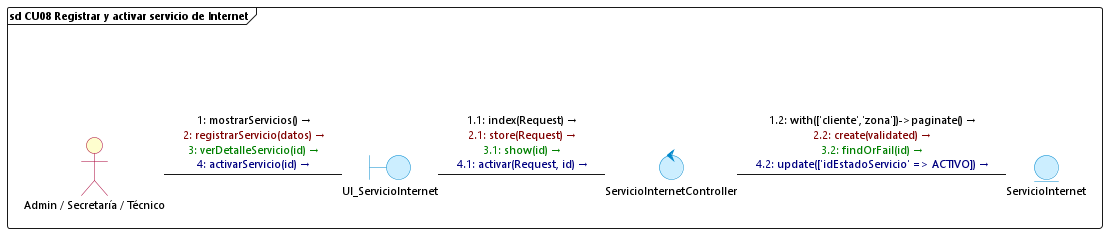
DiogoMars777/TELCOM-2.0 keeps this PlantUML diagram as diagramas/comunicacion/cu08_registrar_activar_servicio.png. Above is the earlier version. Its diagram source:
```plantuml
@startuml cu08_registrar_activar_servicio
skinparam backgroundColor white
skinparam defaultFontName "Segoe UI"
skinparam defaultFontSize 11
skinparam interfaceBackgroundColor transparent
skinparam interfaceBorderColor transparent
skinparam actorBackgroundColor #FEFECE
skinparam actorBorderColor #A80036
skinparam boundaryBackgroundColor #CCEEFF
skinparam boundaryBorderColor #0088CC
skinparam controlBackgroundColor #CCEEFF
skinparam controlBorderColor #0088CC
skinparam entityBackgroundColor #CCEEFF
skinparam entityBorderColor #0088CC

frame "sd CU08 Registrar y activar servicio de Internet" {
    () " " as spacer
    actor "Admin / Secretaría / Técnico" as Admin
    boundary UI_ServicioInternet
    control ServicioInternetController
    entity ServicioInternet

    spacer -[hidden]down- Admin

    Admin -right- UI_ServicioInternet : <font color=#000000>1: mostrarServicios() →</font>\n<font color=#800000>2: registrarServicio(datos) →</font>\n<font color=#008000>3: verDetalleServicio(id) →</font>\n<font color=#000080>4: activarServicio(id) →</font>

    UI_ServicioInternet -right- ServicioInternetController : <font color=#000000>1.1: index(Request) →</font>\n<font color=#800000>2.1: store(Request) →</font>\n<font color=#008000>3.1: show(id) →</font>\n<font color=#000080>4.1: activar(Request, id) →</font>

    ServicioInternetController -right- ServicioInternet : <font color=#000000>1.2: with(['cliente','zona'])->paginate() →</font>\n<font color=#800000>2.2: create(validated) →</font>\n<font color=#008000>3.2: findOrFail(id) →</font>\n<font color=#000080>4.2: update(['idEstadoServicio' => ACTIVO]) →</font>
}
@enduml
```
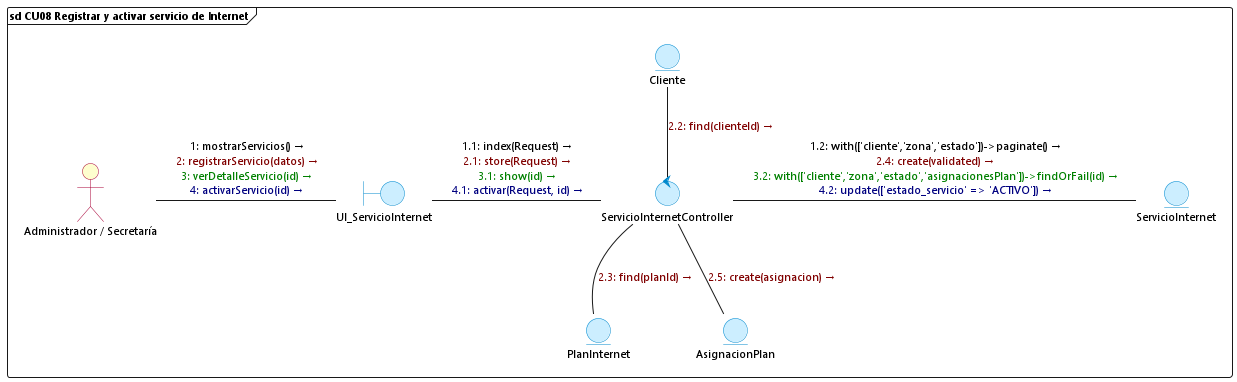
The same diagram one commit later.

Change to the diagram source:
```diff
@@ -15,10 +15,13 @@
 
 frame "sd CU08 Registrar y activar servicio de Internet" {
     () " " as spacer
-    actor "Admin / Secretaría / Técnico" as Admin
+    actor "Administrador / Secretaría" as Admin
     boundary UI_ServicioInternet
     control ServicioInternetController
     entity ServicioInternet
+    entity Cliente
+    entity PlanInternet
+    entity AsignacionPlan
 
     spacer -[hidden]down- Admin
 
@@ -26,6 +29,12 @@
 
     UI_ServicioInternet -right- ServicioInternetController : <font color=#000000>1.1: index(Request) →</font>\n<font color=#800000>2.1: store(Request) →</font>\n<font color=#008000>3.1: show(id) →</font>\n<font color=#000080>4.1: activar(Request, id) →</font>
 
-    ServicioInternetController -right- ServicioInternet : <font color=#000000>1.2: with(['cliente','zona'])->paginate() →</font>\n<font color=#800000>2.2: create(validated) →</font>\n<font color=#008000>3.2: findOrFail(id) →</font>\n<font color=#000080>4.2: update(['idEstadoServicio' => ACTIVO]) →</font>
+    ServicioInternetController -right- ServicioInternet : <font color=#000000>1.2: with(['cliente','zona','estado'])->paginate() →</font>\n<font color=#800000>2.4: create(validated) →</font>\n<font color=#008000>3.2: with(['cliente','zona','estado','asignacionesPlan'])->findOrFail(id) →</font>\n<font color=#000080>4.2: update(['estado_servicio' => 'ACTIVO']) →</font>
+
+    ServicioInternetController -up- Cliente : <font color=#800000>2.2: find(clienteId) →</font>
+
+    ServicioInternetController -down- PlanInternet : <font color=#800000>2.3: find(planId) →</font>
+
+    ServicioInternetController -down- AsignacionPlan : <font color=#800000>2.5: create(asignacion) →</font>
 }
 @enduml
```
